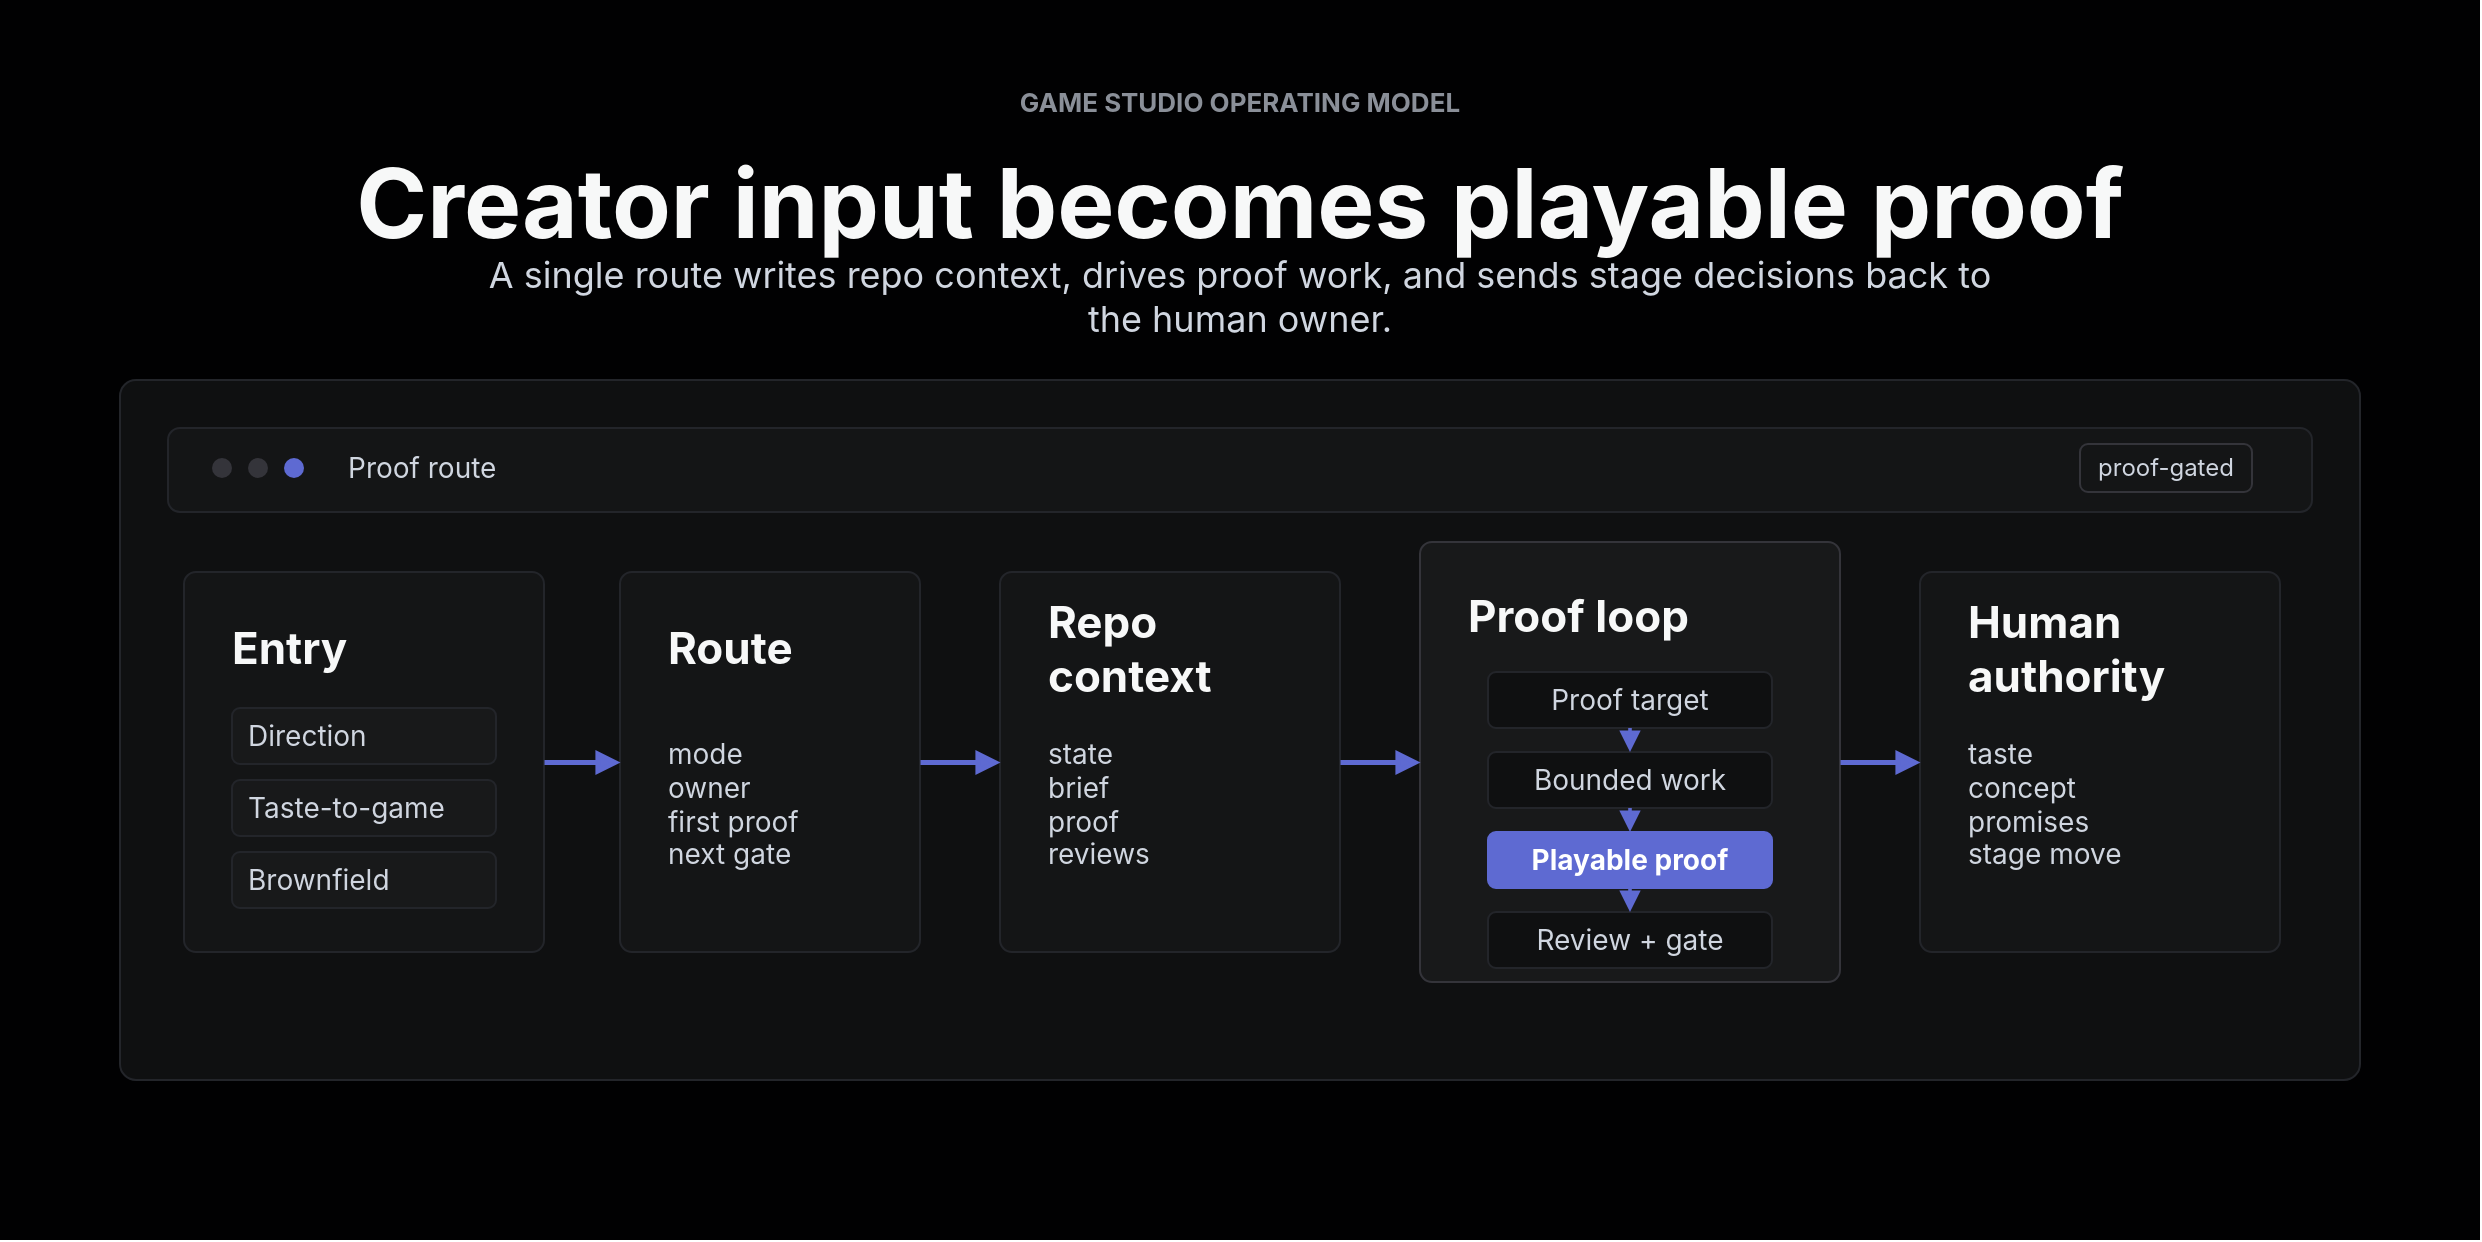
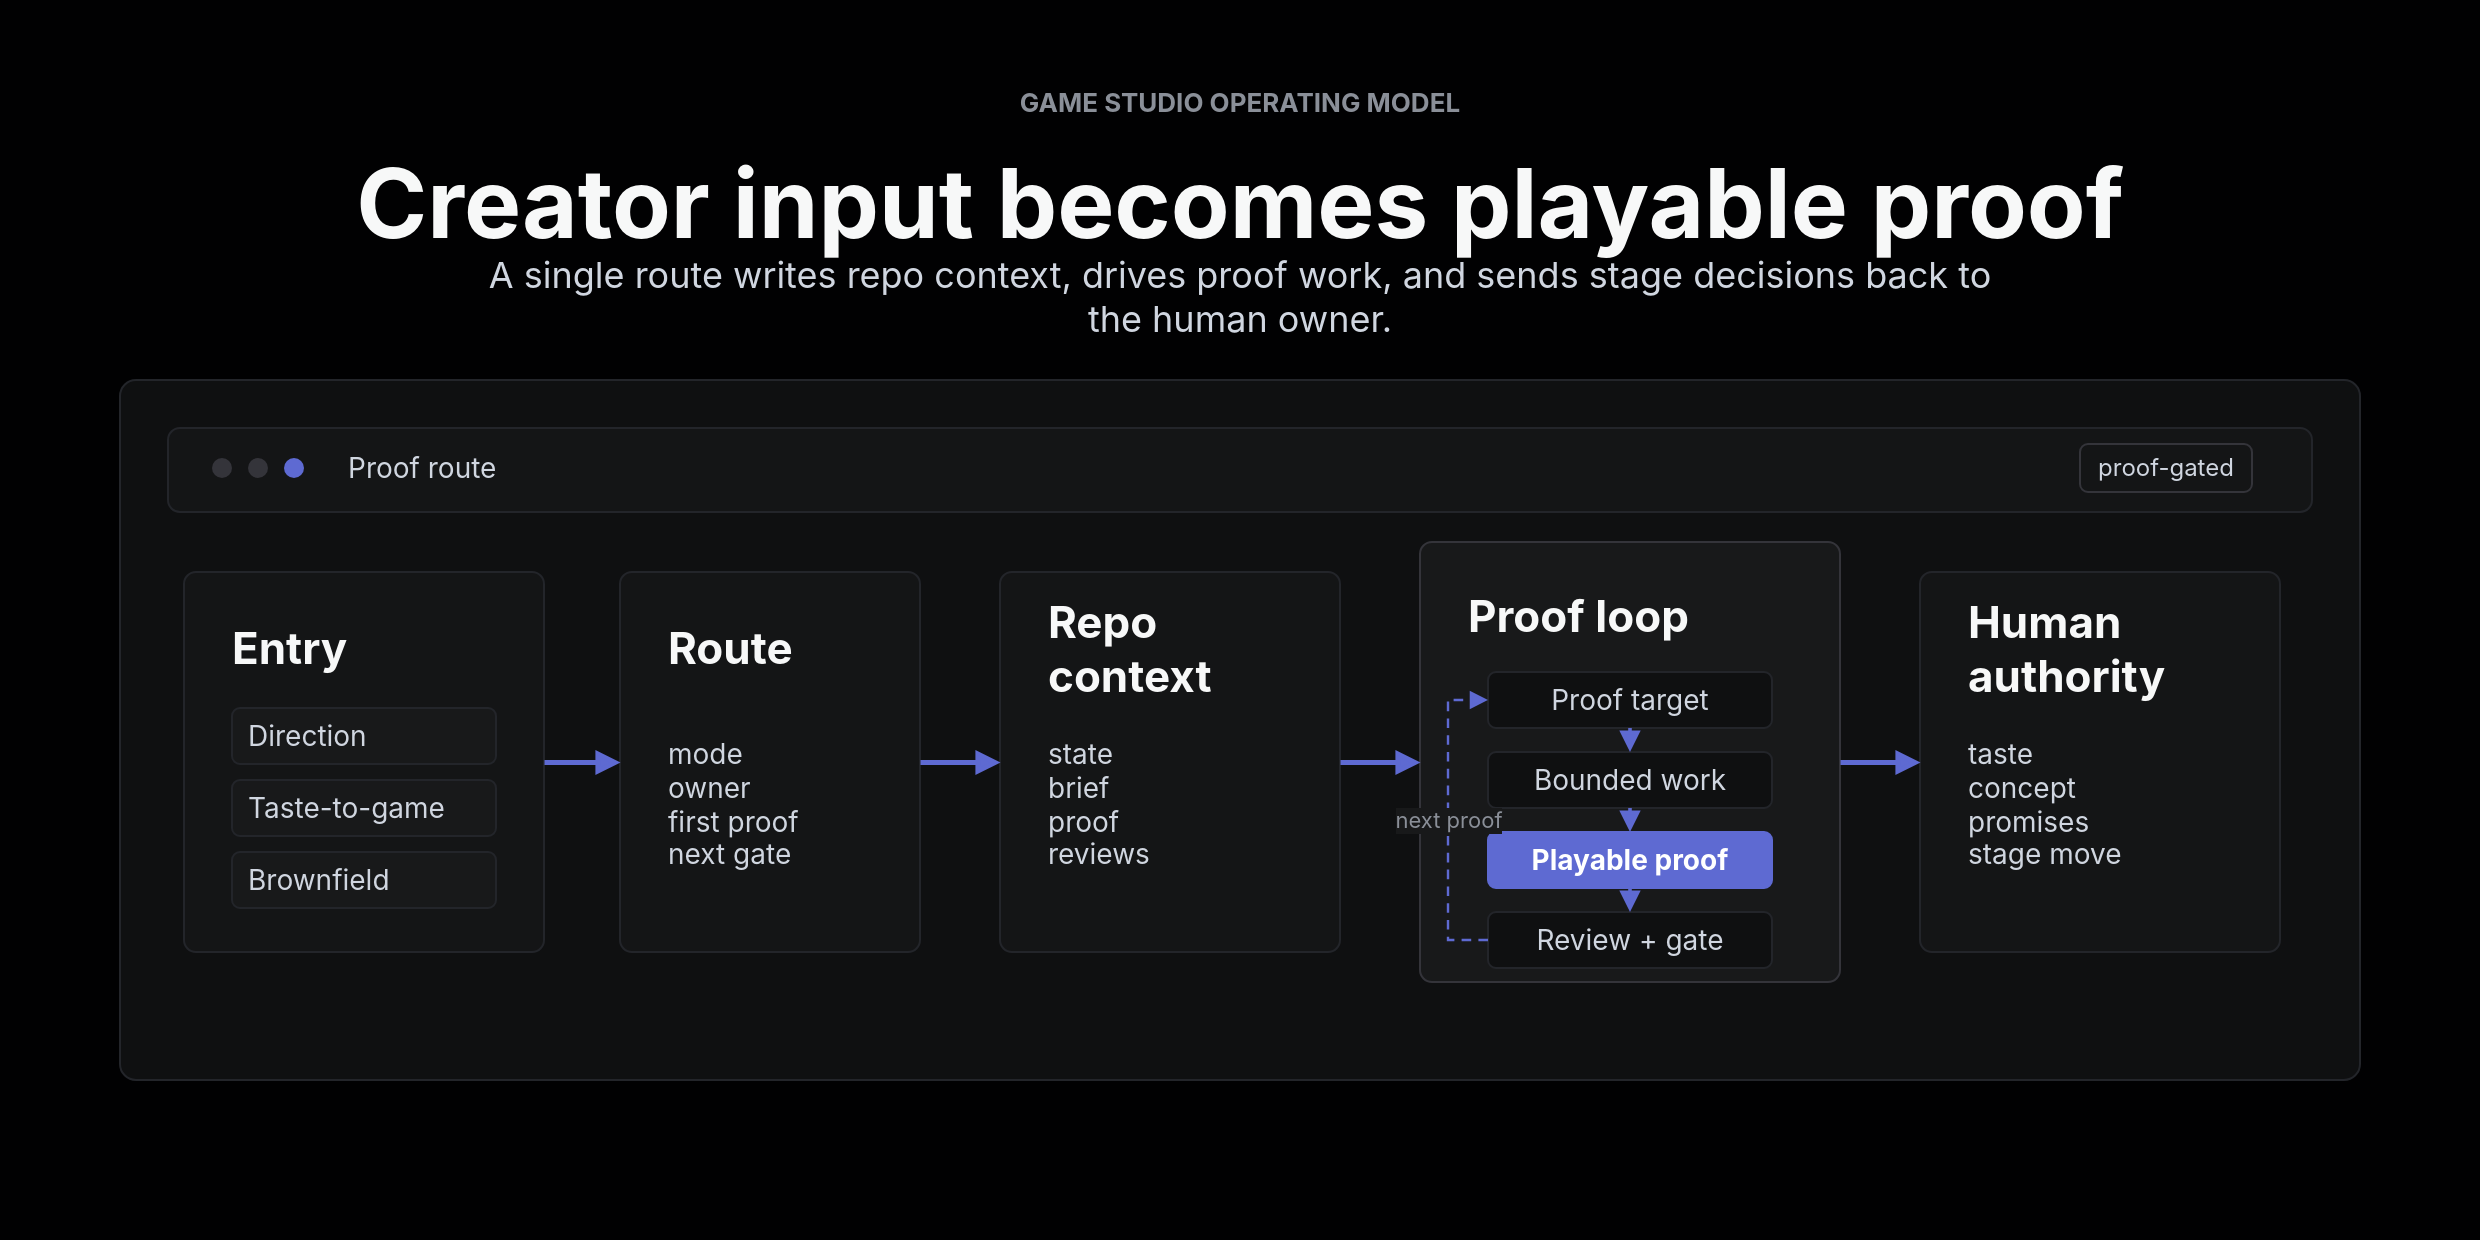
<mxfile host="app.diagrams.net" modified="2026-05-05T00:00:00.000Z" agent="Codex" version="24.7.17" type="device">
  <diagram id="game-studio-system-map" name="Game Studio system map">
    <mxGraphModel dx="1240" dy="620" grid="1" gridSize="10" guides="1" tooltips="1" connect="1" arrows="1" fold="1" page="1" pageScale="1" pageWidth="1240" pageHeight="620" math="0" shadow="0" adaptiveColors="auto">
      <root>
        <mxCell id="0" />
        <mxCell id="1" parent="0" />
        <mxCell id="canvas" value="" style="rounded=0;whiteSpace=wrap;fillColor=#010102;strokeColor=none;container=1;pointerEvents=0;html=1;" vertex="1" parent="1">
          <mxGeometry x="0" y="0" width="1240" height="620" as="geometry" />
        </mxCell>
        <mxCell id="eyebrow" value="GAME STUDIO OPERATING MODEL" style="text;fontFamily=Inter,SF Pro Display,-apple-system,system-ui,Segoe UI,Roboto;strokeColor=none;fillColor=none;align=center;verticalAlign=middle;whiteSpace=wrap;rounded=0;fontSize=13;fontStyle=1;fontColor=#8A8F98;spacing=0;html=1;" vertex="1" parent="1">
          <mxGeometry x="420" y="42" width="400" height="18" as="geometry" />
        </mxCell>
        <mxCell id="title" value="Creator input becomes playable proof" style="text;fontFamily=Inter,SF Pro Display,-apple-system,system-ui,Segoe UI,Roboto;strokeColor=none;fillColor=none;align=center;verticalAlign=middle;whiteSpace=wrap;rounded=0;fontSize=48;fontStyle=1;fontColor=#F7F8F8;spacing=0;html=1;" vertex="1" parent="1">
          <mxGeometry x="150" y="72" width="940" height="58" as="geometry" />
        </mxCell>
        <mxCell id="subtitle" value="A single route writes repo context, drives proof work, and sends stage decisions back to the human owner." style="text;fontFamily=Inter,SF Pro Display,-apple-system,system-ui,Segoe UI,Roboto;strokeColor=none;fillColor=none;align=center;verticalAlign=middle;whiteSpace=wrap;rounded=0;fontSize=18;fontColor=#D0D6E0;spacing=0;html=1;" vertex="1" parent="1">
          <mxGeometry x="235" y="132" width="770" height="32" as="geometry" />
        </mxCell>
        <mxCell id="screenshot-panel" value="" style="rounded=1;absoluteArcSize=1;arcSize=16;whiteSpace=wrap;fillColor=#0F1011;strokeColor=#23252A;container=1;pointerEvents=0;html=1;" vertex="1" parent="1">
          <mxGeometry x="60" y="190" width="1120" height="350" as="geometry" />
        </mxCell>
        <mxCell id="panel-top" value="" style="rounded=1;absoluteArcSize=1;arcSize=12;whiteSpace=wrap;fillColor=#141516;strokeColor=#23252A;container=1;pointerEvents=0;html=1;" vertex="1" parent="1">
          <mxGeometry x="84" y="214" width="1072" height="42" as="geometry" />
        </mxCell>
        <mxCell id="dot-a" value="" style="ellipse;whiteSpace=wrap;fillColor=#34343A;strokeColor=none;html=1;" vertex="1" parent="1">
          <mxGeometry x="106" y="229" width="10" height="10" as="geometry" />
        </mxCell>
        <mxCell id="dot-b" value="" style="ellipse;whiteSpace=wrap;fillColor=#34343A;strokeColor=none;html=1;" vertex="1" parent="1">
          <mxGeometry x="124" y="229" width="10" height="10" as="geometry" />
        </mxCell>
        <mxCell id="dot-c" value="" style="ellipse;whiteSpace=wrap;fillColor=#5E6AD2;strokeColor=none;html=1;" vertex="1" parent="1">
          <mxGeometry x="142" y="229" width="10" height="10" as="geometry" />
        </mxCell>
        <mxCell id="panel-title" value="Proof route" style="text;fontFamily=Inter,SF Pro Display,-apple-system,system-ui,Segoe UI,Roboto;strokeColor=none;fillColor=none;align=left;verticalAlign=middle;whiteSpace=wrap;rounded=0;fontSize=14;fontColor=#D0D6E0;spacing=0;html=1;" vertex="1" parent="1">
          <mxGeometry x="174" y="223" width="180" height="22" as="geometry" />
        </mxCell>
        <mxCell id="panel-status" value="proof-gated" style="rounded=1;absoluteArcSize=1;arcSize=8;whiteSpace=wrap;fontFamily=Inter,SF Pro Display,-apple-system,system-ui,Segoe UI,Roboto;spacing=8;fillColor=#141516;strokeColor=#34343A;fontColor=#D0D6E0;fontSize=12;align=center;html=1;" vertex="1" parent="1">
          <mxGeometry x="1040" y="222" width="86" height="24" as="geometry" />
        </mxCell>
        <mxCell id="entry-card" value="" style="rounded=1;absoluteArcSize=1;arcSize=12;whiteSpace=wrap;fillColor=#141516;strokeColor=#23252A;container=1;pointerEvents=0;html=1;" vertex="1" parent="1">
          <mxGeometry x="92" y="286" width="180" height="190" as="geometry" />
        </mxCell>
        <mxCell id="entry-title" value="Entry" style="text;fontFamily=Inter,SF Pro Display,-apple-system,system-ui,Segoe UI,Roboto;strokeColor=none;fillColor=none;align=left;verticalAlign=middle;whiteSpace=wrap;rounded=0;fontSize=22;fontStyle=1;fontColor=#F7F8F8;spacing=0;html=1;" vertex="1" parent="1">
          <mxGeometry x="116" y="310" width="132" height="28" as="geometry" />
        </mxCell>
        <mxCell id="entry-row-1" value="Direction" style="rounded=1;absoluteArcSize=1;arcSize=8;whiteSpace=wrap;fontFamily=Inter,SF Pro Display,-apple-system,system-ui,Segoe UI,Roboto;spacing=8;fillColor=#18191A;strokeColor=#23252A;fontColor=#D0D6E0;fontSize=14;align=left;html=1;" vertex="1" parent="1">
          <mxGeometry x="116" y="354" width="132" height="28" as="geometry" />
        </mxCell>
        <mxCell id="entry-row-2" value="Taste-to-game" style="rounded=1;absoluteArcSize=1;arcSize=8;whiteSpace=wrap;fontFamily=Inter,SF Pro Display,-apple-system,system-ui,Segoe UI,Roboto;spacing=8;fillColor=#18191A;strokeColor=#23252A;fontColor=#D0D6E0;fontSize=14;align=left;html=1;" vertex="1" parent="1">
          <mxGeometry x="116" y="390" width="132" height="28" as="geometry" />
        </mxCell>
        <mxCell id="entry-row-3" value="Brownfield" style="rounded=1;absoluteArcSize=1;arcSize=8;whiteSpace=wrap;fontFamily=Inter,SF Pro Display,-apple-system,system-ui,Segoe UI,Roboto;spacing=8;fillColor=#18191A;strokeColor=#23252A;fontColor=#D0D6E0;fontSize=14;align=left;html=1;" vertex="1" parent="1">
          <mxGeometry x="116" y="426" width="132" height="28" as="geometry" />
        </mxCell>
        <mxCell id="route-card" value="" style="rounded=1;absoluteArcSize=1;arcSize=12;whiteSpace=wrap;fillColor=#141516;strokeColor=#23252A;container=1;pointerEvents=0;html=1;" vertex="1" parent="1">
          <mxGeometry x="310" y="286" width="150" height="190" as="geometry" />
        </mxCell>
        <mxCell id="route-title" value="Route" style="text;fontFamily=Inter,SF Pro Display,-apple-system,system-ui,Segoe UI,Roboto;strokeColor=none;fillColor=none;align=left;verticalAlign=middle;whiteSpace=wrap;rounded=0;fontSize=22;fontStyle=1;fontColor=#F7F8F8;spacing=0;html=1;" vertex="1" parent="1">
          <mxGeometry x="334" y="310" width="102" height="28" as="geometry" />
        </mxCell>
        <mxCell id="route-list" value="mode&#xa;owner&#xa;first proof&#xa;next gate" style="text;fontFamily=Inter,SF Pro Display,-apple-system,system-ui,Segoe UI,Roboto;strokeColor=none;fillColor=none;align=left;verticalAlign=middle;whiteSpace=wrap;rounded=0;fontSize=14;fontColor=#D0D6E0;spacing=0;html=1;" vertex="1" parent="1">
          <mxGeometry x="334" y="362" width="98" height="80" as="geometry" />
        </mxCell>
        <mxCell id="context-card" value="" style="rounded=1;absoluteArcSize=1;arcSize=12;whiteSpace=wrap;fillColor=#141516;strokeColor=#23252A;container=1;pointerEvents=0;html=1;" vertex="1" parent="1">
          <mxGeometry x="500" y="286" width="170" height="190" as="geometry" />
        </mxCell>
        <mxCell id="context-title" value="Repo context" style="text;fontFamily=Inter,SF Pro Display,-apple-system,system-ui,Segoe UI,Roboto;strokeColor=none;fillColor=none;align=left;verticalAlign=middle;whiteSpace=wrap;rounded=0;fontSize=22;fontStyle=1;fontColor=#F7F8F8;spacing=0;html=1;" vertex="1" parent="1">
          <mxGeometry x="524" y="310" width="122" height="28" as="geometry" />
        </mxCell>
        <mxCell id="context-list" value="state&#xa;brief&#xa;proof&#xa;reviews" style="text;fontFamily=Inter,SF Pro Display,-apple-system,system-ui,Segoe UI,Roboto;strokeColor=none;fillColor=none;align=left;verticalAlign=middle;whiteSpace=wrap;rounded=0;fontSize=14;fontColor=#D0D6E0;spacing=0;html=1;" vertex="1" parent="1">
          <mxGeometry x="524" y="362" width="98" height="80" as="geometry" />
        </mxCell>
        <mxCell id="proof-card" value="" style="rounded=1;absoluteArcSize=1;arcSize=12;whiteSpace=wrap;fillColor=#18191A;strokeColor=#34343A;container=1;pointerEvents=0;html=1;" vertex="1" parent="1">
          <mxGeometry x="710" y="271" width="210" height="220" as="geometry" />
        </mxCell>
        <mxCell id="proof-title" value="Proof loop" style="text;fontFamily=Inter,SF Pro Display,-apple-system,system-ui,Segoe UI,Roboto;strokeColor=none;fillColor=none;align=left;verticalAlign=middle;whiteSpace=wrap;rounded=0;fontSize=22;fontStyle=1;fontColor=#F7F8F8;spacing=0;html=1;" vertex="1" parent="1">
          <mxGeometry x="734" y="294" width="160" height="28" as="geometry" />
        </mxCell>
        <mxCell id="proof-target" value="Proof target" style="rounded=1;absoluteArcSize=1;arcSize=8;whiteSpace=wrap;fontFamily=Inter,SF Pro Display,-apple-system,system-ui,Segoe UI,Roboto;spacing=6;fillColor=#0F1011;strokeColor=#23252A;fontColor=#D0D6E0;fontSize=14;align=center;html=1;" vertex="1" parent="1">
          <mxGeometry x="744" y="336" width="142" height="28" as="geometry" />
        </mxCell>
        <mxCell id="proof-work" value="Bounded work" style="rounded=1;absoluteArcSize=1;arcSize=8;whiteSpace=wrap;fontFamily=Inter,SF Pro Display,-apple-system,system-ui,Segoe UI,Roboto;spacing=6;fillColor=#0F1011;strokeColor=#23252A;fontColor=#D0D6E0;fontSize=14;align=center;html=1;" vertex="1" parent="1">
          <mxGeometry x="744" y="376" width="142" height="28" as="geometry" />
        </mxCell>
        <mxCell id="proof-playable" value="Playable proof" style="rounded=1;absoluteArcSize=1;arcSize=8;whiteSpace=wrap;fontFamily=Inter,SF Pro Display,-apple-system,system-ui,Segoe UI,Roboto;spacing=6;fillColor=#5E6AD2;strokeColor=#5E6AD2;fontColor=#FFFFFF;fontSize=14;fontStyle=1;align=center;html=1;" vertex="1" parent="1">
          <mxGeometry x="744" y="416" width="142" height="28" as="geometry" />
        </mxCell>
        <mxCell id="proof-review" value="Review + gate" style="rounded=1;absoluteArcSize=1;arcSize=8;whiteSpace=wrap;fontFamily=Inter,SF Pro Display,-apple-system,system-ui,Segoe UI,Roboto;spacing=6;fillColor=#0F1011;strokeColor=#23252A;fontColor=#D0D6E0;fontSize=14;align=center;html=1;" vertex="1" parent="1">
          <mxGeometry x="744" y="456" width="142" height="28" as="geometry" />
        </mxCell>
        <mxCell id="human-card" value="" style="rounded=1;absoluteArcSize=1;arcSize=12;whiteSpace=wrap;fillColor=#141516;strokeColor=#23252A;container=1;pointerEvents=0;html=1;" vertex="1" parent="1">
          <mxGeometry x="960" y="286" width="180" height="190" as="geometry" />
        </mxCell>
        <mxCell id="human-title" value="Human authority" style="text;fontFamily=Inter,SF Pro Display,-apple-system,system-ui,Segoe UI,Roboto;strokeColor=none;fillColor=none;align=left;verticalAlign=middle;whiteSpace=wrap;rounded=0;fontSize=22;fontStyle=1;fontColor=#F7F8F8;spacing=0;html=1;" vertex="1" parent="1">
          <mxGeometry x="984" y="310" width="132" height="28" as="geometry" />
        </mxCell>
        <mxCell id="human-list" value="taste&#xa;concept&#xa;promises&#xa;stage move" style="text;fontFamily=Inter,SF Pro Display,-apple-system,system-ui,Segoe UI,Roboto;strokeColor=none;fillColor=none;align=left;verticalAlign=middle;whiteSpace=wrap;rounded=0;fontSize=14;fontColor=#D0D6E0;spacing=0;html=1;" vertex="1" parent="1">
          <mxGeometry x="984" y="362" width="124" height="80" as="geometry" />
        </mxCell>
        <mxCell id="entry-to-route" value="" style="edgeStyle=orthogonalEdgeStyle;rounded=0;orthogonalLoop=1;jettySize=auto;fontFamily=Inter,SF Pro Display,-apple-system,system-ui,Segoe UI,Roboto;strokeColor=#5E6AD2;strokeWidth=2.5;endArrow=block;endFill=1;exitX=1;exitY=0.5;entryX=0;entryY=0.5;html=1;" edge="1" parent="1" source="entry-card" target="route-card">
          <mxGeometry relative="1" as="geometry" />
        </mxCell>
        <mxCell id="route-to-context" value="" style="edgeStyle=orthogonalEdgeStyle;rounded=0;orthogonalLoop=1;jettySize=auto;fontFamily=Inter,SF Pro Display,-apple-system,system-ui,Segoe UI,Roboto;strokeColor=#5E6AD2;strokeWidth=2.5;endArrow=block;endFill=1;exitX=1;exitY=0.5;entryX=0;entryY=0.5;html=1;" edge="1" parent="1" source="route-card" target="context-card">
          <mxGeometry relative="1" as="geometry" />
        </mxCell>
        <mxCell id="context-to-proof" value="" style="edgeStyle=orthogonalEdgeStyle;rounded=0;orthogonalLoop=1;jettySize=auto;fontFamily=Inter,SF Pro Display,-apple-system,system-ui,Segoe UI,Roboto;strokeColor=#5E6AD2;strokeWidth=2.5;endArrow=block;endFill=1;exitX=1;exitY=0.5;entryX=0;entryY=0.5;html=1;" edge="1" parent="1" source="context-card" target="proof-card">
          <mxGeometry relative="1" as="geometry" />
        </mxCell>
        <mxCell id="proof-to-human" value="" style="edgeStyle=orthogonalEdgeStyle;rounded=0;orthogonalLoop=1;jettySize=auto;fontFamily=Inter,SF Pro Display,-apple-system,system-ui,Segoe UI,Roboto;strokeColor=#5E6AD2;strokeWidth=2.5;endArrow=block;endFill=1;exitX=1;exitY=0.5;entryX=0;entryY=0.5;html=1;" edge="1" parent="1" source="proof-card" target="human-card">
          <mxGeometry relative="1" as="geometry" />
        </mxCell>
        <mxCell id="target-to-work" value="" style="edgeStyle=orthogonalEdgeStyle;rounded=0;orthogonalLoop=1;jettySize=auto;fontFamily=Inter,SF Pro Display,-apple-system,system-ui,Segoe UI,Roboto;strokeColor=#5E6AD2;strokeWidth=1.8;endArrow=block;endFill=1;exitX=0.5;exitY=1;entryX=0.5;entryY=0;html=1;" edge="1" parent="1" source="proof-target" target="proof-work">
          <mxGeometry relative="1" as="geometry" />
        </mxCell>
        <mxCell id="work-to-playable" value="" style="edgeStyle=orthogonalEdgeStyle;rounded=0;orthogonalLoop=1;jettySize=auto;fontFamily=Inter,SF Pro Display,-apple-system,system-ui,Segoe UI,Roboto;strokeColor=#5E6AD2;strokeWidth=1.8;endArrow=block;endFill=1;exitX=0.5;exitY=1;entryX=0.5;entryY=0;html=1;" edge="1" parent="1" source="proof-work" target="proof-playable">
          <mxGeometry relative="1" as="geometry" />
        </mxCell>
        <mxCell id="playable-to-review" value="" style="edgeStyle=orthogonalEdgeStyle;rounded=0;orthogonalLoop=1;jettySize=auto;fontFamily=Inter,SF Pro Display,-apple-system,system-ui,Segoe UI,Roboto;strokeColor=#5E6AD2;strokeWidth=1.8;endArrow=block;endFill=1;exitX=0.5;exitY=1;entryX=0.5;entryY=0;html=1;" edge="1" parent="1" source="proof-playable" target="proof-review">
          <mxGeometry relative="1" as="geometry" />
        </mxCell>
+         <mxCell id="review-to-target" value="next proof" style="edgeStyle=orthogonalEdgeStyle;rounded=0;orthogonalLoop=1;jettySize=auto;fontFamily=Inter,SF Pro Display,-apple-system,system-ui,Segoe UI,Roboto;fontSize=11;fontColor=#8A8F98;strokeColor=#5E6AD2;strokeWidth=1.2;dashed=1;dashPattern=4 3;endArrow=block;endFill=1;endSize=6;exitX=0;exitY=0.5;entryX=0;entryY=0.5;html=1;labelBackgroundColor=#18191A;" edge="1" parent="1" source="proof-review" target="proof-target">
+           <mxGeometry relative="1" as="geometry">
+             <Array as="points">
+               <mxPoint x="724" y="470" />
+               <mxPoint x="724" y="350" />
+             </Array>
+           </mxGeometry>
+         </mxCell>
      </root>
    </mxGraphModel>
  </diagram>
</mxfile>
